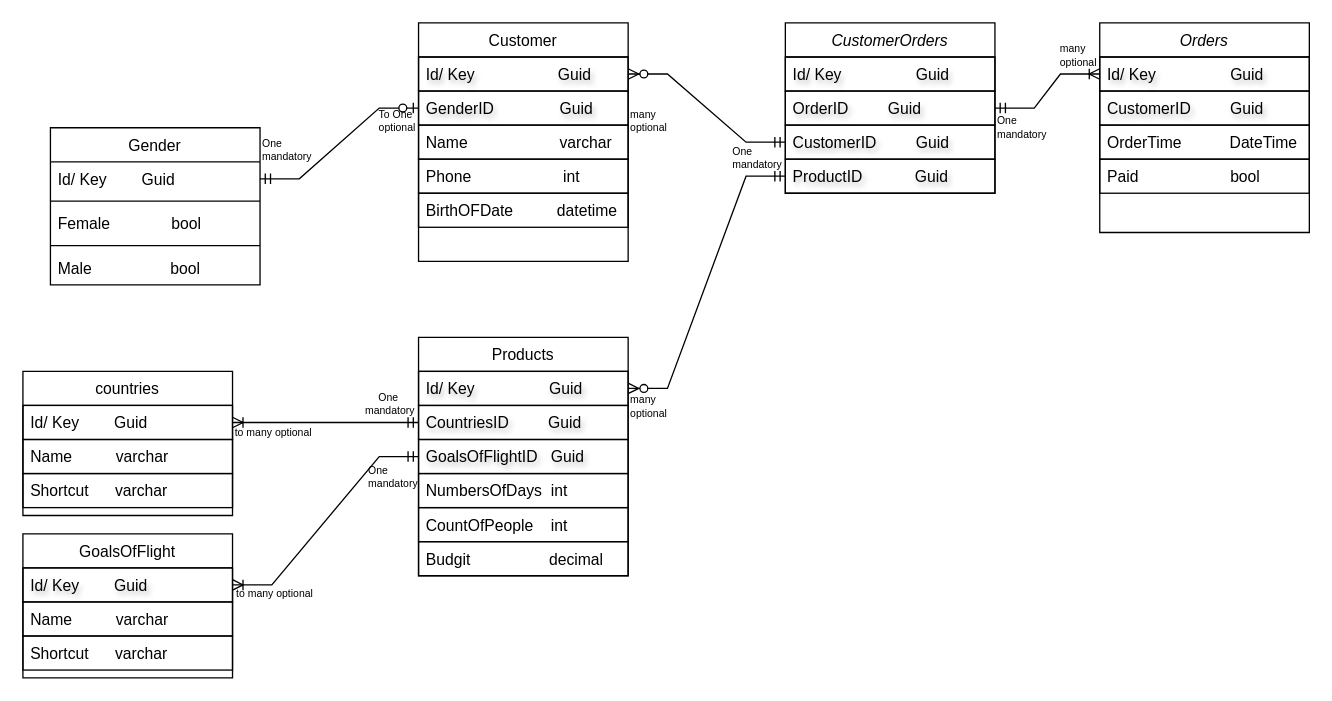
Earlier version of the draw.io diagram ERD_FlightHelper.drawio (EthAlenazi/Flight_Helper). Source tidied: cells renumbered, new cells numbered last; positions are measured from the earlier drawing's top-left corner, leaving out a move shared by most shapes. Both pictures are drawn from the tidied source at 131%, with x=0, y=0 at pixel (22, 22).
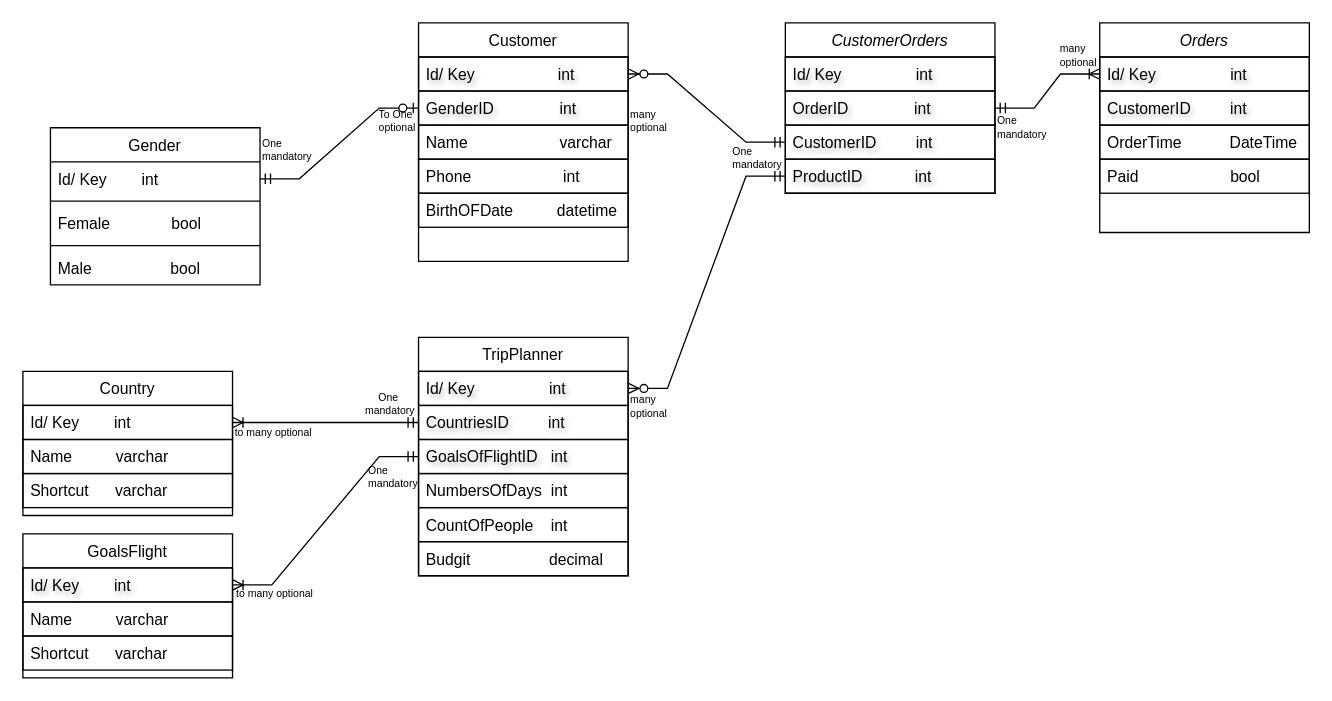
After the change.

The change refers to these unchanged cells:
```xml
<mxCell id="2" value="Orders" style="swimlane;fontStyle=2;align=center;verticalAlign=top;horizontal=1;startSize=26;rounded=0;shadow=0;strokeWidth=1;" parent="1" vertex="1">
  <mxGeometry x="822" width="160" height="160" as="geometry" />
</mxCell>
<mxCell id="18" value="Customer" style="swimlane;fontStyle=0;align=center;verticalAlign=top;horizontal=1;startSize=26;rounded=0;shadow=0;strokeWidth=1;" parent="1" vertex="1">
  <mxGeometry x="302" width="160" height="182" as="geometry" />
</mxCell>
<mxCell id="28" value="Gender" style="swimlane;fontStyle=0;align=center;verticalAlign=top;horizontal=1;startSize=26;rounded=0;shadow=0;strokeWidth=1;" parent="1" vertex="1">
  <mxGeometry x="21" y="80" width="160" height="120" as="geometry" />
</mxCell>
<mxCell id="34" value="CustomerOrders" style="swimlane;fontStyle=2;align=center;verticalAlign=top;horizontal=1;startSize=26;rounded=0;shadow=0;strokeWidth=1;" parent="1" vertex="1">
  <mxGeometry x="582" width="160" height="130" as="geometry" />
</mxCell>
```

Diff of the diagram source:
```diff
@@
-    <mxCell id="3" value="Id/ Key                 Guid" style="text;align=left;verticalAlign=top;spacingLeft=4;spacingRight=4;overflow=hidden;points=[[0,0.5],[1,0.5]];portConstraint=eastwest;textShadow=1;strokeColor=default;" parent="2" vertex="1">
+    <mxCell id="3" value="Id/ Key                 int" style="text;align=left;verticalAlign=top;spacingLeft=4;spacingRight=4;overflow=hidden;points=[[0,0.5],[1,0.5]];portConstraint=eastwest;textShadow=1;strokeColor=default;" parent="2" vertex="1">
       <mxGeometry y="26" width="160" height="26" as="geometry" />
     </mxCell>
-    <mxCell id="4" value="CustomerID         Guid" style="text;align=left;verticalAlign=top;spacingLeft=4;spacingRight=4;overflow=hidden;labelBorderColor=none;textShadow=1;strokeColor=default;" parent="2" vertex="1">
+    <mxCell id="4" value="CustomerID         int" style="text;align=left;verticalAlign=top;spacingLeft=4;spacingRight=4;overflow=hidden;labelBorderColor=none;textShadow=1;strokeColor=default;" parent="2" vertex="1">
       <mxGeometry y="52" width="160" height="26" as="geometry" />
     </mxCell>
@@
-    <mxCell id="7" value="Products" style="swimlane;fontStyle=0;align=center;verticalAlign=top;horizontal=1;startSize=26;rounded=0;shadow=0;strokeWidth=1;" parent="1" vertex="1">
+    <mxCell id="7" value="TripPlanner" style="swimlane;fontStyle=0;align=center;verticalAlign=top;horizontal=1;startSize=26;rounded=0;shadow=0;strokeWidth=1;" parent="1" vertex="1">
       <mxGeometry x="302" y="240" width="160" height="182" as="geometry" />
     </mxCell>
-    <mxCell id="8" value="Id/ Key                 Guid" style="text;align=left;verticalAlign=top;spacingLeft=4;spacingRight=4;overflow=hidden;points=[[0,0.5],[1,0.5]];portConstraint=eastwest;textShadow=1;strokeColor=default;" parent="7" vertex="1">
+    <mxCell id="8" value="Id/ Key                 int" style="text;align=left;verticalAlign=top;spacingLeft=4;spacingRight=4;overflow=hidden;points=[[0,0.5],[1,0.5]];portConstraint=eastwest;textShadow=1;strokeColor=default;" parent="7" vertex="1">
       <mxGeometry y="26" width="160" height="26" as="geometry" />
     </mxCell>
-    <mxCell id="9" value="CountriesID         Guid" style="text;align=left;verticalAlign=top;spacingLeft=4;spacingRight=4;overflow=hidden;points=[[0,0.5],[1,0.5]];portConstraint=eastwest;rounded=0;shadow=0;html=0;textShadow=1;strokeColor=default;" parent="7" vertex="1">
+    <mxCell id="9" value="CountriesID         int" style="text;align=left;verticalAlign=top;spacingLeft=4;spacingRight=4;overflow=hidden;points=[[0,0.5],[1,0.5]];portConstraint=eastwest;rounded=0;shadow=0;html=0;textShadow=1;strokeColor=default;" parent="7" vertex="1">
       <mxGeometry y="52" width="160" height="26" as="geometry" />
     </mxCell>
-    <mxCell id="10" value="GoalsOfFlightID   Guid" style="text;align=left;verticalAlign=top;spacingLeft=4;spacingRight=4;overflow=hidden;points=[[0,0.5],[1,0.5]];portConstraint=eastwest;rounded=0;shadow=0;html=0;textShadow=1;strokeColor=default;" parent="7" vertex="1">
+    <mxCell id="10" value="GoalsOfFlightID   int" style="text;align=left;verticalAlign=top;spacingLeft=4;spacingRight=4;overflow=hidden;points=[[0,0.5],[1,0.5]];portConstraint=eastwest;rounded=0;shadow=0;html=0;textShadow=1;strokeColor=default;" parent="7" vertex="1">
       <mxGeometry y="78" width="160" height="26" as="geometry" />
     </mxCell>
@@
-    <mxCell id="14" value="countries" style="swimlane;fontStyle=0;align=center;verticalAlign=top;horizontal=1;startSize=26;rounded=0;shadow=0;strokeWidth=1;" parent="1" vertex="1">
+    <mxCell id="14" value="Country" style="swimlane;fontStyle=0;align=center;verticalAlign=top;horizontal=1;startSize=26;rounded=0;shadow=0;strokeWidth=1;" parent="1" vertex="1">
       <mxGeometry y="266" width="160" height="110" as="geometry" />
     </mxCell>
-    <mxCell id="15" value="Id/ Key        Guid " style="text;align=left;verticalAlign=top;spacingLeft=4;spacingRight=4;overflow=hidden;points=[[0,0.5],[1,0.5]];portConstraint=eastwest;strokeColor=default;" parent="14" vertex="1">
+    <mxCell id="15" value="Id/ Key        int" style="text;align=left;verticalAlign=top;spacingLeft=4;spacingRight=4;overflow=hidden;points=[[0,0.5],[1,0.5]];portConstraint=eastwest;strokeColor=default;" parent="14" vertex="1">
       <mxGeometry y="26" width="160" height="26" as="geometry" />
     </mxCell>
@@
-    <mxCell id="19" value="Id/ Key                   Guid" style="text;align=left;verticalAlign=top;spacingLeft=4;spacingRight=4;overflow=hidden;points=[[0,0.5],[1,0.5]];portConstraint=eastwest;rounded=0;shadow=0;html=0;textShadow=1;strokeColor=default;" parent="18" vertex="1">
+    <mxCell id="19" value="Id/ Key                   int" style="text;align=left;verticalAlign=top;spacingLeft=4;spacingRight=4;overflow=hidden;points=[[0,0.5],[1,0.5]];portConstraint=eastwest;rounded=0;shadow=0;html=0;textShadow=1;strokeColor=default;" parent="18" vertex="1">
       <mxGeometry y="26" width="160" height="26" as="geometry" />
     </mxCell>
-    <mxCell id="20" value="GenderID               Guid" style="text;align=left;verticalAlign=top;spacingLeft=4;spacingRight=4;overflow=hidden;points=[[0,0.5],[1,0.5]];portConstraint=eastwest;rounded=0;shadow=0;html=0;textShadow=1;strokeColor=default;" parent="18" vertex="1">
+    <mxCell id="20" value="GenderID               int" style="text;align=left;verticalAlign=top;spacingLeft=4;spacingRight=4;overflow=hidden;points=[[0,0.5],[1,0.5]];portConstraint=eastwest;rounded=0;shadow=0;html=0;textShadow=1;strokeColor=default;" parent="18" vertex="1">
       <mxGeometry y="52" width="160" height="26" as="geometry" />
     </mxCell>
@@
-    <mxCell id="24" value="GoalsOfFlight" style="swimlane;fontStyle=0;align=center;verticalAlign=top;horizontal=1;startSize=26;rounded=0;shadow=0;strokeWidth=1;" parent="1" vertex="1">
+    <mxCell id="24" value="GoalsFlight" style="swimlane;fontStyle=0;align=center;verticalAlign=top;horizontal=1;startSize=26;rounded=0;shadow=0;strokeWidth=1;" parent="1" vertex="1">
       <mxGeometry y="390" width="160" height="110" as="geometry" />
     </mxCell>
-    <mxCell id="25" value="Id/ Key        Guid " style="text;align=left;verticalAlign=top;spacingLeft=4;spacingRight=4;overflow=hidden;points=[[0,0.5],[1,0.5]];portConstraint=eastwest;strokeColor=default;textShadow=1;" parent="24" vertex="1">
+    <mxCell id="25" value="Id/ Key        int" style="text;align=left;verticalAlign=top;spacingLeft=4;spacingRight=4;overflow=hidden;points=[[0,0.5],[1,0.5]];portConstraint=eastwest;strokeColor=default;textShadow=1;" parent="24" vertex="1">
       <mxGeometry y="26" width="160" height="26" as="geometry" />
     </mxCell>
@@
-    <mxCell id="29" value="Id/ Key        Guid " style="text;align=left;verticalAlign=top;spacingLeft=4;spacingRight=4;overflow=hidden;points=[[0,0.5],[1,0.5]];portConstraint=eastwest;" parent="28" vertex="1">
+    <mxCell id="29" value="Id/ Key        int" style="text;align=left;verticalAlign=top;spacingLeft=4;spacingRight=4;overflow=hidden;points=[[0,0.5],[1,0.5]];portConstraint=eastwest;" parent="28" vertex="1">
       <mxGeometry y="26" width="160" height="26" as="geometry" />
     </mxCell>
@@
-    <mxCell id="35" value="Id/ Key                 Guid" style="text;align=left;verticalAlign=top;spacingLeft=4;spacingRight=4;overflow=hidden;textShadow=1;strokeColor=default;" parent="34" vertex="1">
+    <mxCell id="35" value="Id/ Key                 int" style="text;align=left;verticalAlign=top;spacingLeft=4;spacingRight=4;overflow=hidden;textShadow=1;strokeColor=default;" parent="34" vertex="1">
       <mxGeometry y="26" width="160" height="26" as="geometry" />
     </mxCell>
-    <mxCell id="36" value="OrderID         Guid" style="text;align=left;verticalAlign=top;spacingLeft=4;spacingRight=4;overflow=hidden;points=[[0,0.5],[1,0.5]];portConstraint=eastwest;labelBorderColor=none;textShadow=1;strokeColor=default;" parent="34" vertex="1">
+    <mxCell id="36" value="OrderID               int" style="text;align=left;verticalAlign=top;spacingLeft=4;spacingRight=4;overflow=hidden;points=[[0,0.5],[1,0.5]];portConstraint=eastwest;labelBorderColor=none;textShadow=1;strokeColor=default;" parent="34" vertex="1">
       <mxGeometry y="52" width="160" height="26" as="geometry" />
     </mxCell>
-    <mxCell id="37" value="CustomerID         Guid" style="text;align=left;verticalAlign=top;spacingLeft=4;spacingRight=4;overflow=hidden;points=[[0,0.5],[1,0.5]];portConstraint=eastwest;labelBorderColor=none;textShadow=1;strokeColor=default;" parent="34" vertex="1">
+    <mxCell id="37" value="CustomerID         int" style="text;align=left;verticalAlign=top;spacingLeft=4;spacingRight=4;overflow=hidden;points=[[0,0.5],[1,0.5]];portConstraint=eastwest;labelBorderColor=none;textShadow=1;strokeColor=default;" parent="34" vertex="1">
       <mxGeometry y="78" width="160" height="26" as="geometry" />
     </mxCell>
-    <mxCell id="38" value="ProductID            Guid" style="text;align=left;verticalAlign=top;spacingLeft=4;spacingRight=4;overflow=hidden;points=[[0,0.5],[1,0.5]];portConstraint=eastwest;rounded=0;shadow=0;html=0;textShadow=1;strokeColor=default;" parent="34" vertex="1">
+    <mxCell id="38" value="ProductID            int" style="text;align=left;verticalAlign=top;spacingLeft=4;spacingRight=4;overflow=hidden;points=[[0,0.5],[1,0.5]];portConstraint=eastwest;rounded=0;shadow=0;html=0;textShadow=1;strokeColor=default;" parent="34" vertex="1">
       <mxGeometry y="104" width="160" height="26" as="geometry" />
     </mxCell>
```
